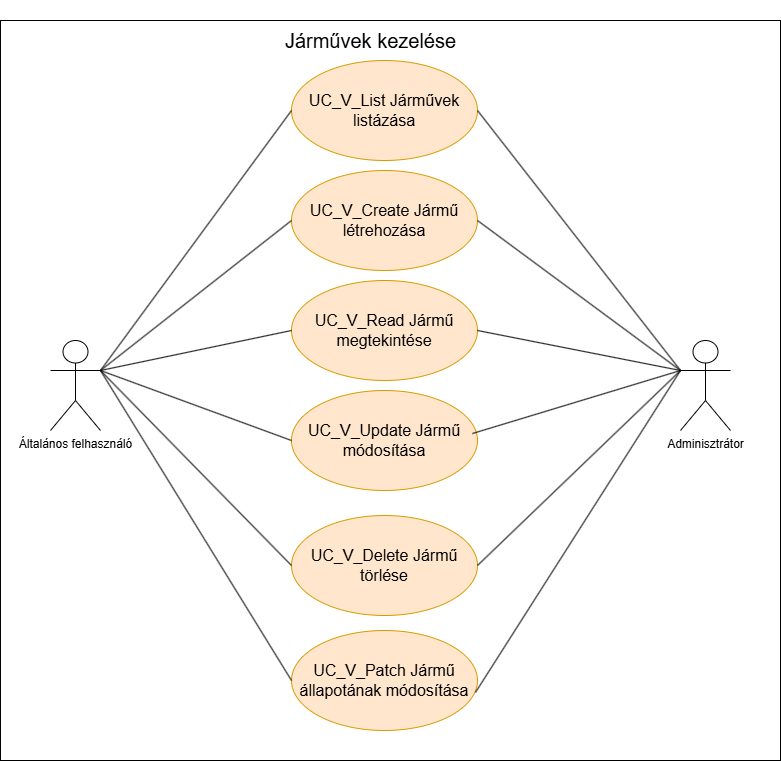
Above: docs/static/UC_diagrams/manageVehiclesUseCases.drawio.png in lulwszabolcs/A-PROJEKT (draw.io), before the change. Source tidied: cells renumbered, new cells last; positions are measured from the earlier drawing's top-left corner, leaving out a move shared by most shapes.
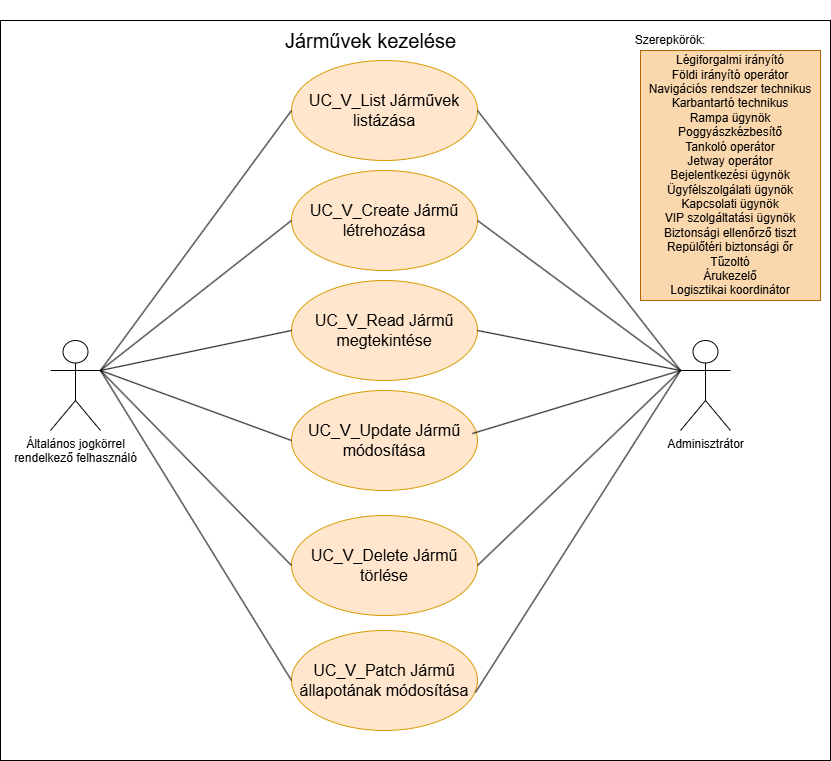
After the commit.

Diff of the diagram source:
```diff
@@ -3,7 +3,7 @@
     <mxCell id="0" />
     <mxCell id="1" parent="0" />
     <mxCell id="2" style="rounded=0;whiteSpace=wrap;html=1;" parent="1" vertex="1">
-      <mxGeometry y="20" width="780" height="740" as="geometry" />
+      <mxGeometry y="20" width="830" height="740" as="geometry" />
     </mxCell>
     <mxCell id="3" value="&lt;font style=&quot;font-size: 20px;&quot;&gt;Járművek kezelése&lt;/font&gt;" style="text;html=1;align=center;verticalAlign=middle;whiteSpace=wrap;rounded=0;" parent="1" vertex="1">
       <mxGeometry x="270" width="201" height="80" as="geometry" />
@@ -66,11 +66,17 @@
         <mxPoint x="680" y="370" as="targetPoint" />
       </mxGeometry>
     </mxCell>
-    <mxCell id="22" value="Általános felhasználó" style="shape=umlActor;verticalLabelPosition=bottom;verticalAlign=top;html=1;outlineConnect=0;" parent="1" vertex="1">
+    <mxCell id="22" value="Általános jogkörrel&lt;div&gt;rendelkező felhasználó&lt;/div&gt;" style="shape=umlActor;verticalLabelPosition=bottom;verticalAlign=top;html=1;outlineConnect=0;" parent="1" vertex="1">
       <mxGeometry x="50" y="340" width="50" height="90" as="geometry" />
     </mxCell>
     <mxCell id="23" value="Adminisztrátor" style="shape=umlActor;verticalLabelPosition=bottom;verticalAlign=top;html=1;outlineConnect=0;" parent="1" vertex="1">
       <mxGeometry x="680" y="340" width="50" height="90" as="geometry" />
     </mxCell>
+    <mxCell id="24" value="Légiforgalmi irányító&lt;div&gt;Földi irányító operátor&lt;/div&gt;&lt;div&gt;Navigációs rendszer technikus&lt;/div&gt;&lt;div&gt;Karbantartó technikus&lt;/div&gt;&lt;div&gt;Rampa ügynök&lt;/div&gt;&lt;div&gt;Poggyászkézbesítő&lt;/div&gt;&lt;div&gt;Tankoló operátor&lt;/div&gt;&lt;div&gt;Jetway operátor&lt;/div&gt;&lt;div&gt;Bejelentkezési ügynök&lt;/div&gt;&lt;div&gt;Ügyfélszolgálati ügynök&lt;/div&gt;&lt;div&gt;Kapcsolati ügynök&lt;/div&gt;&lt;div&gt;VIP szolgáltatási ügynök&lt;/div&gt;&lt;div&gt;Biztonsági ellenőrző tiszt&lt;/div&gt;&lt;div&gt;Repülőtéri biztonsági őr&lt;/div&gt;&lt;div&gt;Tűzoltó&lt;/div&gt;&lt;div&gt;Árukezelő&lt;/div&gt;&lt;div&gt;Logisztikai koordinátor&lt;/div&gt;" style="rounded=0;whiteSpace=wrap;html=1;fillColor=#fad7ac;strokeColor=#b46504;" parent="1" vertex="1">
+      <mxGeometry x="640" y="50" width="180" height="250" as="geometry" />
+    </mxCell>
+    <mxCell id="25" value="Szerepkörök:" style="text;html=1;align=center;verticalAlign=middle;whiteSpace=wrap;rounded=0;" parent="1" vertex="1">
+      <mxGeometry x="640" y="25" width="60" height="30" as="geometry" />
+    </mxCell>
   </root>
 </mxGraphModel>
```
